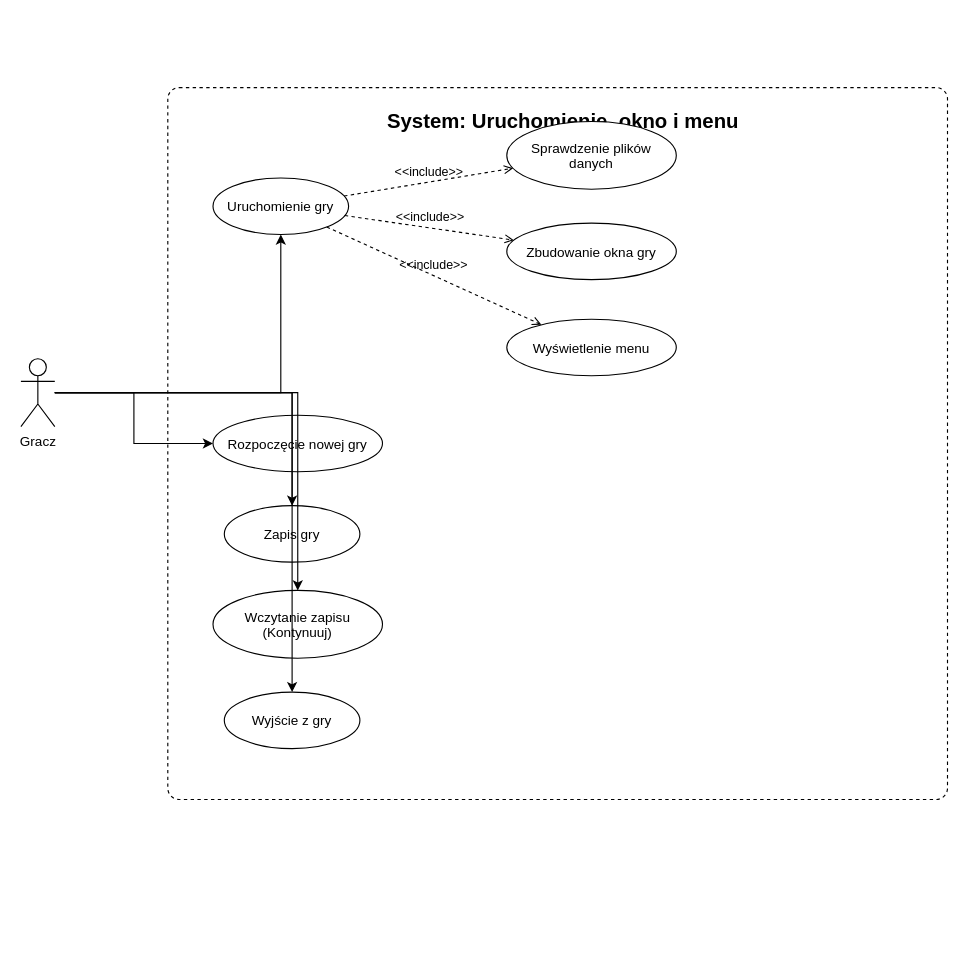
GKabat/cthulu-text-rpg keeps this draw.io diagram as REFACTOR/docs/UseCase_Osoba_A.drawio. Above is the earlier version. Source tidied: cells renumbered, new cells numbered last; positions are measured from the earlier drawing's top-left corner, leaving out a move shared by most shapes. Both pictures are drawn from the tidied source at 113%, with x=0, y=0 at pixel (20, 87).
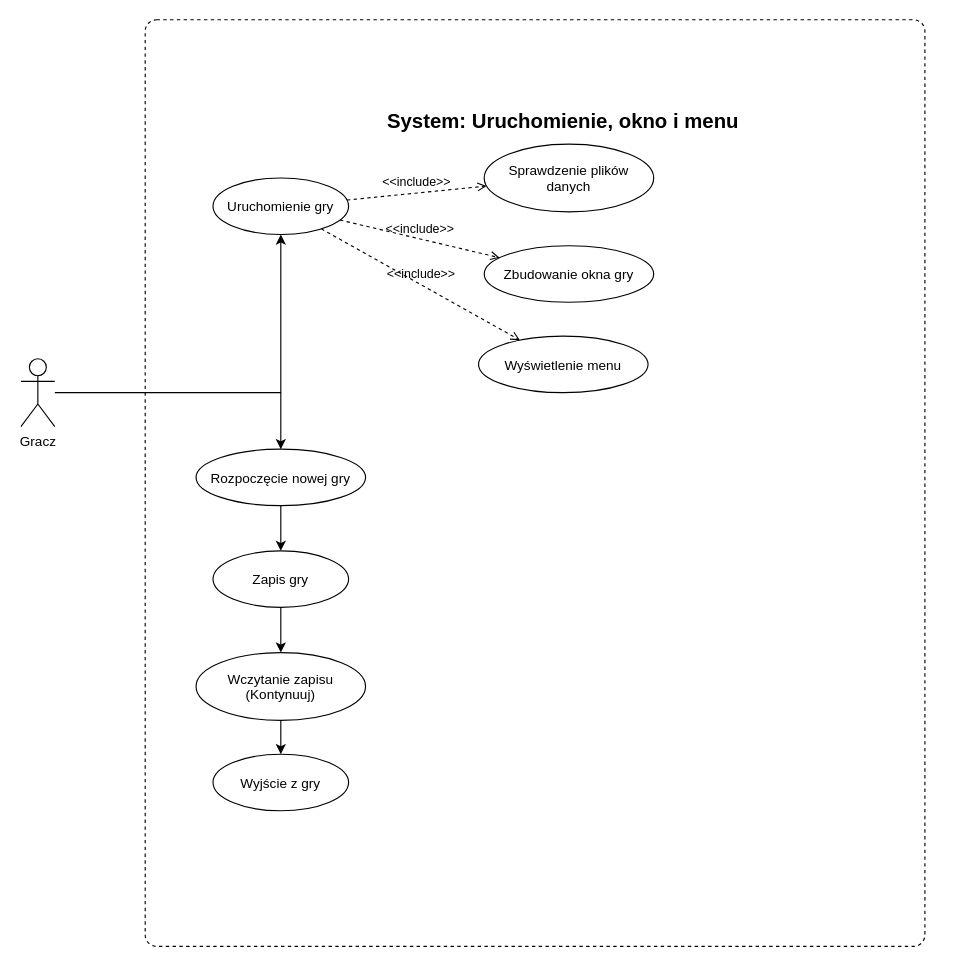
The same diagram, later.

Commit message:
Dopracuj diagram Use Case A (edycja w draw.io)

The change refers to these unchanged cells:
```xml
<mxCell id="4" value="Gracz" style="shape=umlActor;verticalLabelPosition=bottom;verticalAlign=top;html=1;" parent="1" vertex="1">
  <mxGeometry y="240" width="30" height="60" as="geometry" />
</mxCell>
```

What changed in the source:
```diff
@@
     <mxCell id="2" style="html=1;align=center;verticalAlign=top;rounded=1;absoluteArcSize=1;arcSize=20;dashed=1;whiteSpace=wrap;" parent="1" vertex="1">
-      <mxGeometry x="130" width="690" height="630" as="geometry" />
+      <mxGeometry x="110" y="-60" width="690" height="820" as="geometry" />
     </mxCell>
@@
     <mxCell id="6" value="Sprawdzenie plików&#10;danych" style="ellipse;" parent="1" vertex="1">
-      <mxGeometry x="430" y="30" width="150" height="60" as="geometry" />
+      <mxGeometry x="410" y="50" width="150" height="60" as="geometry" />
     </mxCell>
     <mxCell id="7" value="Zbudowanie okna gry" style="ellipse;" parent="1" vertex="1">
-      <mxGeometry x="430" y="120" width="150" height="50" as="geometry" />
+      <mxGeometry x="410" y="140" width="150" height="50" as="geometry" />
     </mxCell>
     <mxCell id="8" value="Wyświetlenie menu" style="ellipse;" parent="1" vertex="1">
-      <mxGeometry x="430" y="205" width="150" height="50" as="geometry" />
+      <mxGeometry x="405" y="220" width="150" height="50" as="geometry" />
     </mxCell>
+    <mxCell id="21" style="edgeStyle=orthogonalEdgeStyle;rounded=0;jettySize=auto;html=1;" parent="1" edge="1" source="9" target="10">
+      <mxGeometry relative="1" as="geometry" />
+    </mxCell>
     <mxCell id="9" value="Rozpoczęcie nowej gry" style="ellipse;" parent="1" vertex="1">
-      <mxGeometry x="170" y="290" width="150" height="50" as="geometry" />
+      <mxGeometry x="155" y="320" width="150" height="50" as="geometry" />
     </mxCell>
+    <mxCell id="22" style="edgeStyle=orthogonalEdgeStyle;rounded=0;jettySize=auto;html=1;" parent="1" edge="1" source="10" target="11">
+      <mxGeometry relative="1" as="geometry" />
+    </mxCell>
     <mxCell id="10" value="Zapis gry" style="ellipse;" parent="1" vertex="1">
-      <mxGeometry x="180" y="370" width="120" height="50" as="geometry" />
+      <mxGeometry x="170" y="410" width="120" height="50" as="geometry" />
     </mxCell>
+    <mxCell id="23" style="edgeStyle=orthogonalEdgeStyle;rounded=0;jettySize=auto;html=1;" parent="1" edge="1" source="11" target="12">
+      <mxGeometry relative="1" as="geometry" />
+    </mxCell>
     <mxCell id="11" value="Wczytanie zapisu&#10;(Kontynuuj)" style="ellipse;" parent="1" vertex="1">
-      <mxGeometry x="170" y="445" width="150" height="60" as="geometry" />
+      <mxGeometry x="155" y="500" width="150" height="60" as="geometry" />
     </mxCell>
     <mxCell id="12" value="Wyjście z gry" style="ellipse;" parent="1" vertex="1">
-      <mxGeometry x="180" y="535" width="120" height="50" as="geometry" />
+      <mxGeometry x="170" y="590" width="120" height="50" as="geometry" />
     </mxCell>
@@
-    <mxCell id="14" style="edgeStyle=orthogonalEdgeStyle;rounded=0;jettySize=auto;html=1;" parent="1" edge="1" source="4" target="9">
-      <mxGeometry relative="1" as="geometry" />
-    </mxCell>
-    <mxCell id="15" style="edgeStyle=orthogonalEdgeStyle;rounded=0;jettySize=auto;html=1;" parent="1" edge="1" source="4" target="10">
-      <mxGeometry relative="1" as="geometry" />
-    </mxCell>
-    <mxCell id="16" style="edgeStyle=orthogonalEdgeStyle;rounded=0;jettySize=auto;html=1;" parent="1" edge="1" source="4" target="11">
-      <mxGeometry relative="1" as="geometry" />
-    </mxCell>
-    <mxCell id="17" style="edgeStyle=orthogonalEdgeStyle;rounded=0;jettySize=auto;html=1;" parent="1" edge="1" source="4" target="12">
-      <mxGeometry relative="1" as="geometry" />
-    </mxCell>
@@
+    <mxCell id="24" style="endArrow=classic;html=1;rounded=0;entryX=0.5;entryY=0;entryDx=0;entryDy=0;" parent="1" edge="1" target="9">
+      <mxGeometry relative="1" as="geometry">
+        <mxPoint x="230" y="270" as="sourcePoint" />
+      </mxGeometry>
+    </mxCell>
```
